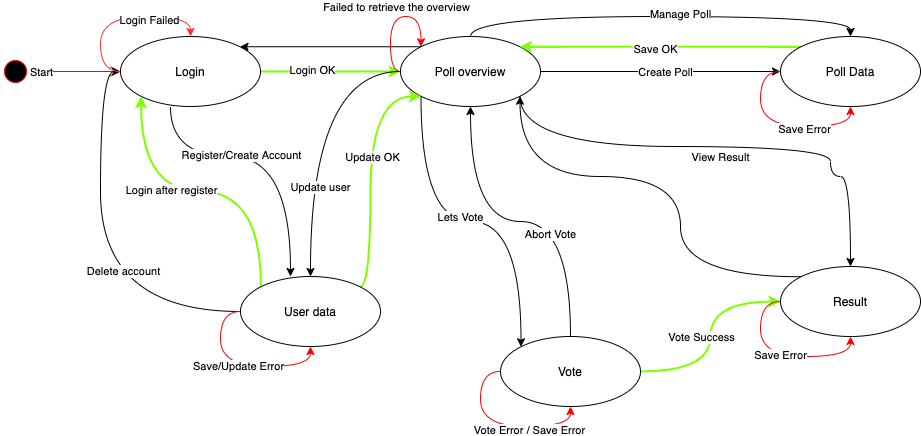
spydx/dat250gruppe9 keeps this draw.io diagram as DesignDocument/AppFlow/FeedApp_FlowDiagram.png. Above is the earlier version. Source tidied: cells renumbered, new cells last; positions are measured from the earlier drawing's top-left corner, leaving out a move shared by most shapes.
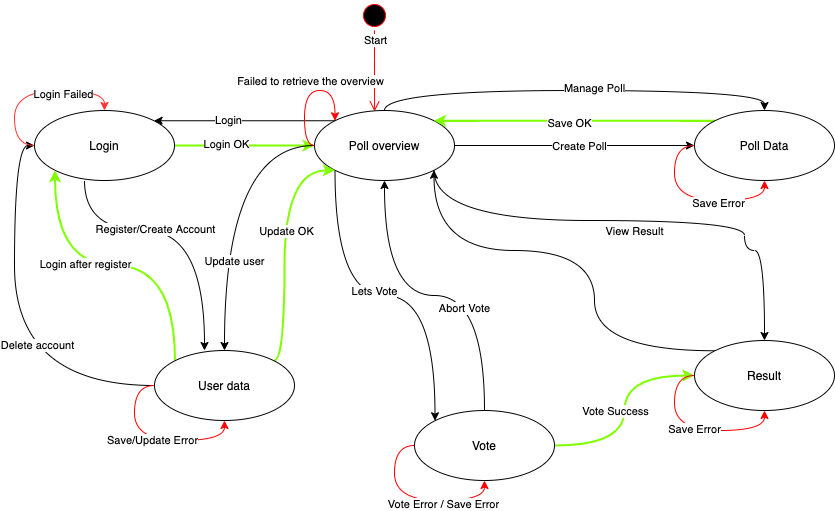
Above is the later version.

Diff of the diagram source:
```diff
@@ -3,12 +3,10 @@
     <mxCell id="0" />
     <mxCell id="1" parent="0" />
     <mxCell id="2" style="ellipse;html=1;shape=startState;fillColor=#000000;strokeColor=#ff0000;" parent="1" vertex="1">
-      <mxGeometry y="40" width="30" height="30" as="geometry" />
+      <mxGeometry x="445" y="-90" width="30" height="30" as="geometry" />
     </mxCell>
-    <mxCell id="3" style="edgeStyle=orthogonalEdgeStyle;html=1;verticalAlign=bottom;endArrow=open;endSize=8;strokeColor=#ff0000;" parent="1" edge="1" source="2">
-      <mxGeometry relative="1" as="geometry">
-        <mxPoint x="120" y="55" as="targetPoint" />
-      </mxGeometry>
+    <mxCell id="3" style="edgeStyle=orthogonalEdgeStyle;html=1;verticalAlign=bottom;endArrow=open;endSize=8;strokeColor=#ff0000;entryX=0.429;entryY=0.014;entryDx=0;entryDy=0;entryPerimeter=0;" parent="1" edge="1" source="2" target="21">
+      <mxGeometry relative="1" as="geometry" />
     </mxCell>
     <mxCell id="4" value="Start" style="edgeLabel;html=1;align=center;verticalAlign=middle;" parent="3" vertex="1">
       <mxGeometry x="-0.78" relative="1" as="geometry" />
@@ -54,6 +52,9 @@
     <mxCell id="14" style="edgeStyle=orthogonalEdgeStyle;curved=1;jettySize=auto;html=1;exitX=0;exitY=0;exitDx=0;exitDy=0;entryX=1;entryY=0;entryDx=0;entryDy=0;strokeWidth=1;" parent="1" edge="1" source="21" target="9">
       <mxGeometry relative="1" as="geometry" />
     </mxCell>
+    <mxCell id="50" value="Login" style="edgeLabel;html=1;align=center;verticalAlign=middle;" parent="14" vertex="1">
+      <mxGeometry x="0.18" y="-1" relative="1" as="geometry" />
+    </mxCell>
     <mxCell id="15" style="edgeStyle=orthogonalEdgeStyle;curved=1;jettySize=auto;html=1;exitX=0;exitY=1;exitDx=0;exitDy=0;entryX=0;entryY=0;entryDx=0;entryDy=0;strokeColor=#000000;strokeWidth=1;" parent="1" edge="1" source="21" target="33">
       <mxGeometry relative="1" as="geometry" />
     </mxCell>
```
